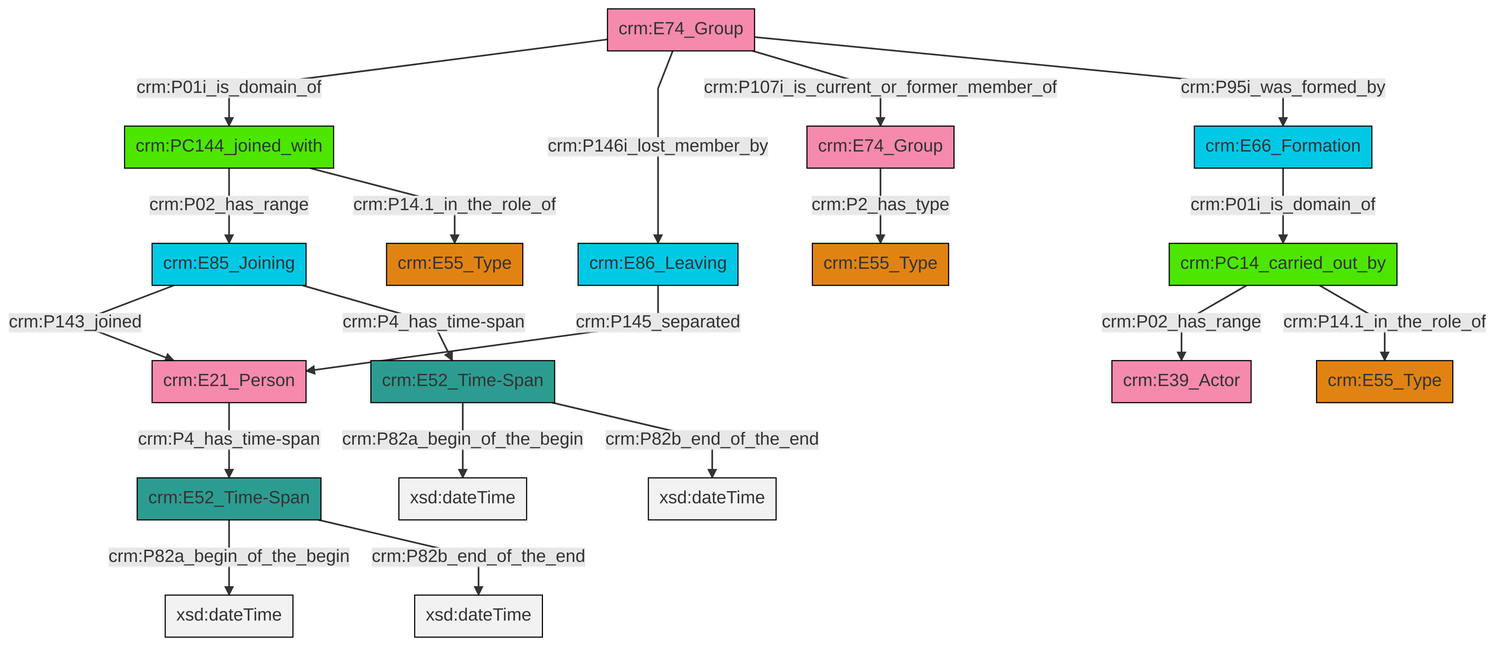
Before: et/groupCSV/ttl/mmd/png/group_actor_relations.png, a diagram exported from Mermaid (swiss-art-research-net/reference-data-models). Its source is kept beside it as et/groupCSV/ttl/mmd/group_actor_relations.ttl.mmd.
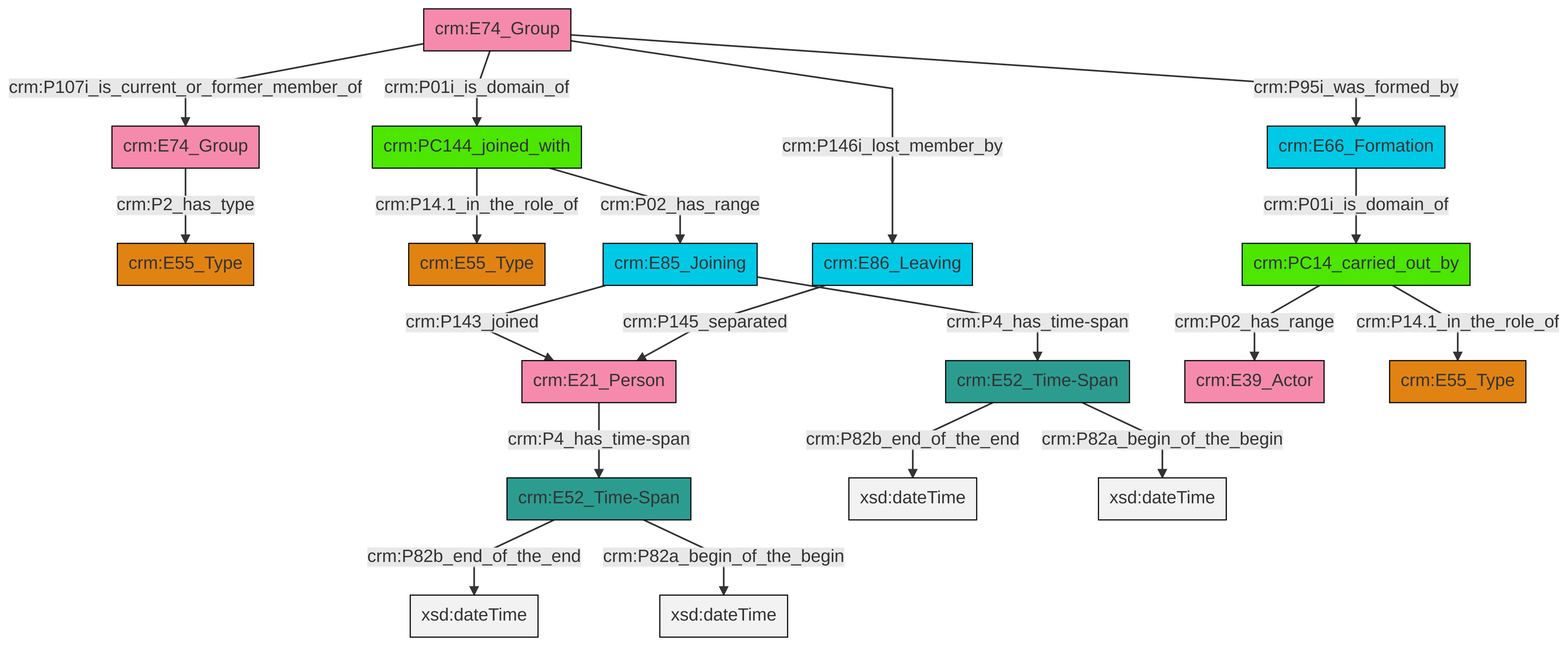
The same file after the commit.

The edit, as a diff of the source:
```diff
@@ -13,21 +13,21 @@
 classDef PC_Classes fill:#4ce600, stroke:#000000;
 classDef Multi fill:#cccccc,stroke:#000000;
 
-4["crm:E85_Joining"]:::Temporal_Entity -->|crm:P143_joined| 5["crm:E21_Person"]:::Actor
-8["crm:E52_Time-Span"]:::Time-Span -->|crm:P82a_begin_of_the_begin| 9[xsd:dateTime]:::Literal
-5["crm:E21_Person"]:::Actor -->|crm:P4_has_time-span| 8["crm:E52_Time-Span"]:::Time-Span
-10["crm:E74_Group"]:::Actor -->|crm:P01i_is_domain_of| 18["crm:PC144_joined_with"]:::PC_Classes
-21["crm:E74_Group"]:::Actor -->|crm:P2_has_type| 0["crm:E55_Type"]:::Type
-8["crm:E52_Time-Span"]:::Time-Span -->|crm:P82b_end_of_the_end| 22[xsd:dateTime]:::Literal
-18["crm:PC144_joined_with"]:::PC_Classes -->|crm:P02_has_range| 4["crm:E85_Joining"]:::Temporal_Entity
-19["crm:PC14_carried_out_by"]:::PC_Classes -->|crm:P02_has_range| 16["crm:E39_Actor"]:::Actor
-25["crm:E52_Time-Span"]:::Time-Span -->|crm:P82a_begin_of_the_begin| 26[xsd:dateTime]:::Literal
-19["crm:PC14_carried_out_by"]:::PC_Classes -->|crm:P14.1_in_the_role_of| 23["crm:E55_Type"]:::Type
-10["crm:E74_Group"]:::Actor -->|crm:P146i_lost_member_by| 6["crm:E86_Leaving"]:::Temporal_Entity
-10["crm:E74_Group"]:::Actor -->|crm:P107i_is_current_or_former_member_of| 21["crm:E74_Group"]:::Actor
-4["crm:E85_Joining"]:::Temporal_Entity -->|crm:P4_has_time-span| 25["crm:E52_Time-Span"]:::Time-Span
-6["crm:E86_Leaving"]:::Temporal_Entity -->|crm:P145_separated| 5["crm:E21_Person"]:::Actor
-25["crm:E52_Time-Span"]:::Time-Span -->|crm:P82b_end_of_the_end| 33[xsd:dateTime]:::Literal
-10["crm:E74_Group"]:::Actor -->|crm:P95i_was_formed_by| 2["crm:E66_Formation"]:::Temporal_Entity
-18["crm:PC144_joined_with"]:::PC_Classes -->|crm:P14.1_in_the_role_of| 13["crm:E55_Type"]:::Type
-2["crm:E66_Formation"]:::Temporal_Entity -->|crm:P01i_is_domain_of| 19["crm:PC14_carried_out_by"]:::PC_Classes
+5["crm:E74_Group"]:::Actor -->|crm:P2_has_type| 0["crm:E55_Type"]:::Type
+8["crm:E85_Joining"]:::Temporal_Entity -->|crm:P143_joined| 9["crm:E21_Person"]:::Actor
+8["crm:E85_Joining"]:::Temporal_Entity -->|crm:P4_has_time-span| 13["crm:E52_Time-Span"]:::Time-Span
+15["crm:PC14_carried_out_by"]:::PC_Classes -->|crm:P02_has_range| 16["crm:E39_Actor"]:::Actor
+17["crm:E74_Group"]:::Actor -->|crm:P107i_is_current_or_former_member_of| 5["crm:E74_Group"]:::Actor
+17["crm:E74_Group"]:::Actor -->|crm:P01i_is_domain_of| 21["crm:PC144_joined_with"]:::PC_Classes
+21["crm:PC144_joined_with"]:::PC_Classes -->|crm:P02_has_range| 8["crm:E85_Joining"]:::Temporal_Entity
+13["crm:E52_Time-Span"]:::Time-Span -->|crm:P82b_end_of_the_end| 24[xsd:dateTime]:::Literal
+11["crm:E52_Time-Span"]:::Time-Span -->|crm:P82b_end_of_the_end| 26[xsd:dateTime]:::Literal
+17["crm:E74_Group"]:::Actor -->|crm:P146i_lost_member_by| 19["crm:E86_Leaving"]:::Temporal_Entity
+15["crm:PC14_carried_out_by"]:::PC_Classes -->|crm:P14.1_in_the_role_of| 28["crm:E55_Type"]:::Type
+6["crm:E66_Formation"]:::Temporal_Entity -->|crm:P01i_is_domain_of| 15["crm:PC14_carried_out_by"]:::PC_Classes
+11["crm:E52_Time-Span"]:::Time-Span -->|crm:P82a_begin_of_the_begin| 30[xsd:dateTime]:::Literal
+17["crm:E74_Group"]:::Actor -->|crm:P95i_was_formed_by| 6["crm:E66_Formation"]:::Temporal_Entity
+9["crm:E21_Person"]:::Actor -->|crm:P4_has_time-span| 11["crm:E52_Time-Span"]:::Time-Span
+13["crm:E52_Time-Span"]:::Time-Span -->|crm:P82a_begin_of_the_begin| 32[xsd:dateTime]:::Literal
+19["crm:E86_Leaving"]:::Temporal_Entity -->|crm:P145_separated| 9["crm:E21_Person"]:::Actor
+21["crm:PC144_joined_with"]:::PC_Classes -->|crm:P14.1_in_the_role_of| 3["crm:E55_Type"]:::Type
```
